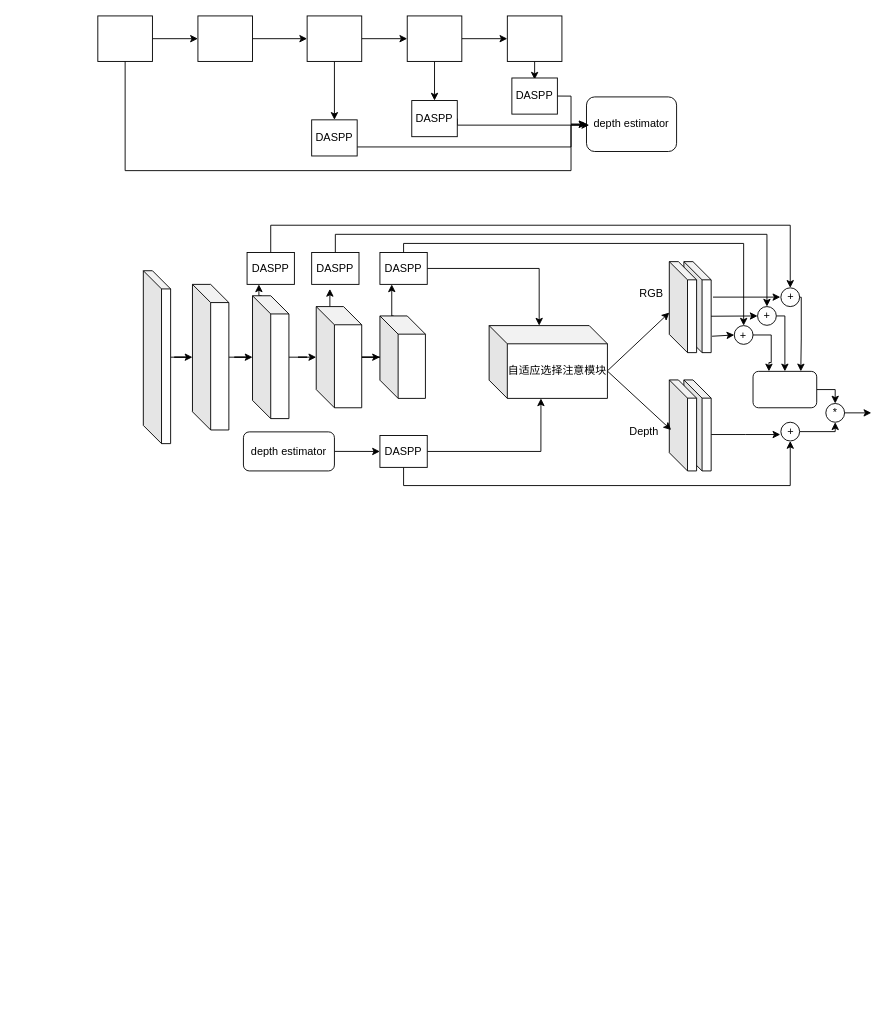
Before: myworknew14.drawio in Hymhh/hymhh, a draw.io diagram. Source tidied: cells renumbered, new cells numbered last; positions are measured from the earlier drawing's top-left corner, leaving out a move shared by most shapes. Both pictures are drawn from the tidied source at 91%, with x=0, y=0 at pixel (97, 15).
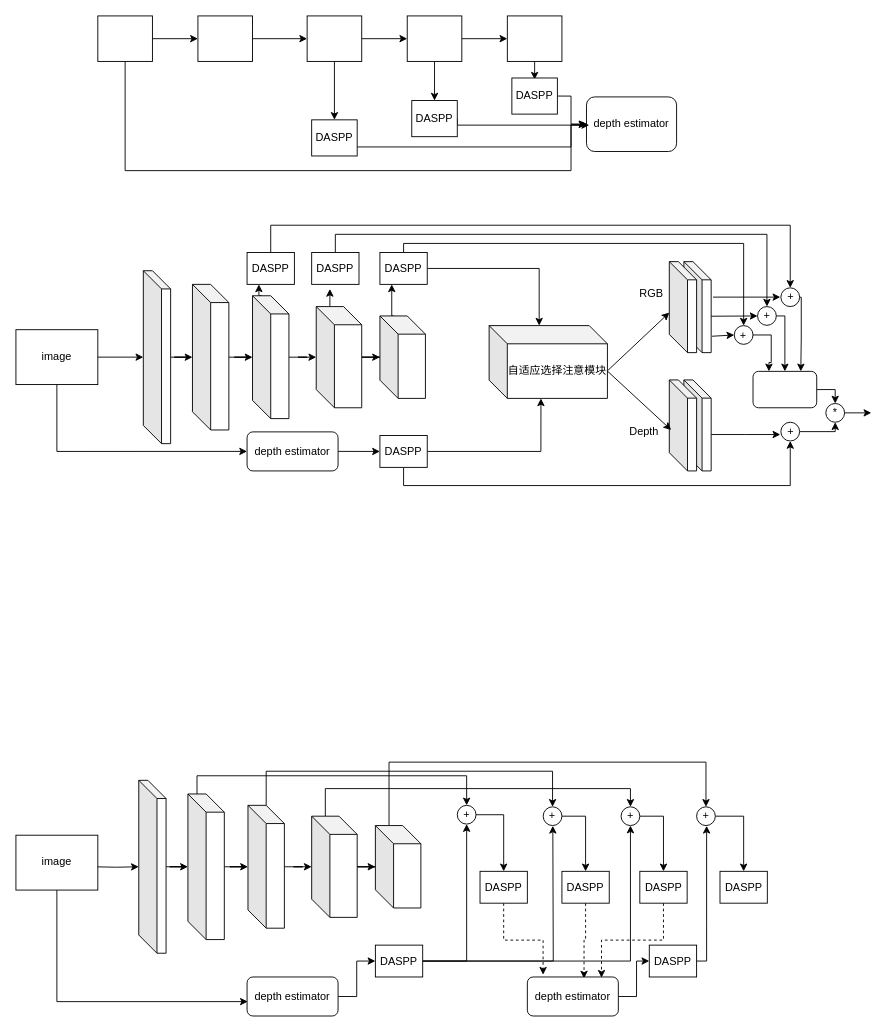
The same diagram, later.

The change refers to these unchanged cells:
```xml
<mxCell id="3" style="shape=cube;whiteSpace=wrap;html=1;boundedLbl=1;backgroundOutline=1;darkOpacity=0.05;darkOpacity2=0.1;direction=east;" parent="1" vertex="1">
  <mxGeometry x="50" y="280" width="30" height="190" as="geometry" />
</mxCell>
```

What changed in the source:
```diff
@@
     <mxCell id="57" value="depth estimator" style="rounded=1;whiteSpace=wrap;html=1;" parent="1" vertex="1">
-      <mxGeometry x="160" y="457.1" width="100" height="42.9" as="geometry" />
+      <mxGeometry x="164" y="457.1" width="100" height="42.9" as="geometry" />
     </mxCell>
@@
+    <mxCell id="71" style="edgeStyle=orthogonalEdgeStyle;rounded=0;jettySize=auto;html=1;exitX=0.5;exitY=1;exitDx=0;exitDy=0;entryX=0;entryY=0.5;entryDx=0;entryDy=0;" parent="1" edge="1" source="73" target="57">
+      <mxGeometry relative="1" as="geometry" />
+    </mxCell>
+    <mxCell id="72" style="edgeStyle=orthogonalEdgeStyle;rounded=0;jettySize=auto;html=1;exitX=1;exitY=0.5;exitDx=0;exitDy=0;" parent="1" edge="1" source="73" target="3">
+      <mxGeometry relative="1" as="geometry" />
+    </mxCell>
+    <mxCell id="73" value="image" style="rounded=0;whiteSpace=wrap;html=1;" parent="1" vertex="1">
+      <mxGeometry x="-90" y="344.8" width="90" height="60.3" as="geometry" />
+    </mxCell>
+    <mxCell id="74" style="edgeStyle=orthogonalEdgeStyle;rounded=0;jettySize=auto;html=1;" parent="1" edge="1" source="75" target="77">
+      <mxGeometry relative="1" as="geometry" />
+    </mxCell>
+    <mxCell id="75" style="shape=cube;whiteSpace=wrap;html=1;boundedLbl=1;backgroundOutline=1;darkOpacity=0.05;darkOpacity2=0.1;direction=east;" parent="1" vertex="1">
+      <mxGeometry x="45" y="840" width="30" height="190" as="geometry" />
+    </mxCell>
+    <mxCell id="76" style="edgeStyle=orthogonalEdgeStyle;rounded=0;jettySize=auto;html=1;" parent="1" edge="1" source="77" target="80">
+      <mxGeometry relative="1" as="geometry" />
+    </mxCell>
+    <mxCell id="77" style="shape=cube;whiteSpace=wrap;html=1;boundedLbl=1;backgroundOutline=1;darkOpacity=0.05;darkOpacity2=0.1;direction=east;" parent="1" vertex="1">
+      <mxGeometry x="99" y="855" width="40" height="160" as="geometry" />
+    </mxCell>
+    <mxCell id="78" style="edgeStyle=orthogonalEdgeStyle;rounded=0;jettySize=auto;html=1;" parent="1" edge="1" source="80" target="84">
+      <mxGeometry relative="1" as="geometry" />
+    </mxCell>
+    <mxCell id="79" style="edgeStyle=orthogonalEdgeStyle;rounded=0;jettySize=auto;html=1;exitX=0;exitY=0;exitDx=10;exitDy=0;exitPerimeter=0;entryX=0.5;entryY=0;entryDx=0;entryDy=0;" parent="1" edge="1" source="77" target="88">
+      <mxGeometry relative="1" as="geometry" />
+    </mxCell>
+    <mxCell id="80" style="shape=cube;whiteSpace=wrap;html=1;boundedLbl=1;backgroundOutline=1;darkOpacity=0.05;darkOpacity2=0.1;direction=east;" parent="1" vertex="1">
+      <mxGeometry x="165" y="867.5" width="40" height="135" as="geometry" />
+    </mxCell>
+    <mxCell id="81" style="edgeStyle=orthogonalEdgeStyle;rounded=0;jettySize=auto;html=1;" parent="1" edge="1" source="84" target="86">
+      <mxGeometry relative="1" as="geometry" />
+    </mxCell>
+    <mxCell id="82" style="edgeStyle=orthogonalEdgeStyle;rounded=0;jettySize=auto;html=1;exitX=0;exitY=0;exitDx=20;exitDy=0;exitPerimeter=0;entryX=0.5;entryY=0;entryDx=0;entryDy=0;" parent="1" edge="1" source="80" target="101">
+      <mxGeometry relative="1" as="geometry">
+        <Array as="points">
+          <mxPoint x="185" y="830" />
+          <mxPoint x="500" y="830" />
+        </Array>
+      </mxGeometry>
+    </mxCell>
+    <mxCell id="83" style="edgeStyle=orthogonalEdgeStyle;rounded=0;jettySize=auto;html=1;exitX=0;exitY=0;exitDx=15;exitDy=0;exitPerimeter=0;entryX=0.5;entryY=0;entryDx=0;entryDy=0;" parent="1" edge="1" source="84" target="103">
+      <mxGeometry relative="1" as="geometry" />
+    </mxCell>
+    <mxCell id="84" style="shape=cube;whiteSpace=wrap;html=1;boundedLbl=1;backgroundOutline=1;darkOpacity=0.05;darkOpacity2=0.1;direction=east;" parent="1" vertex="1">
+      <mxGeometry x="235" y="879.4" width="50" height="111.2" as="geometry" />
+    </mxCell>
+    <mxCell id="85" style="edgeStyle=orthogonalEdgeStyle;rounded=0;jettySize=auto;html=1;exitX=0;exitY=0;exitDx=15;exitDy=0;exitPerimeter=0;entryX=0.5;entryY=0;entryDx=0;entryDy=0;" parent="1" edge="1" source="86" target="105">
+      <mxGeometry relative="1" as="geometry">
+        <Array as="points">
+          <mxPoint x="320" y="820" />
+          <mxPoint x="668" y="820" />
+        </Array>
+      </mxGeometry>
+    </mxCell>
+    <mxCell id="86" style="shape=cube;whiteSpace=wrap;html=1;boundedLbl=1;backgroundOutline=1;darkOpacity=0.05;darkOpacity2=0.1;direction=east;" parent="1" vertex="1">
+      <mxGeometry x="305" y="889.7" width="50" height="90.6" as="geometry" />
+    </mxCell>
+    <mxCell id="87" style="edgeStyle=orthogonalEdgeStyle;rounded=0;jettySize=auto;html=1;exitX=1;exitY=0.5;exitDx=0;exitDy=0;entryX=0.5;entryY=0;entryDx=0;entryDy=0;" parent="1" edge="1" source="88" target="99">
+      <mxGeometry relative="1" as="geometry" />
+    </mxCell>
+    <mxCell id="88" value="+" style="ellipse;whiteSpace=wrap;html=1;" parent="1" vertex="1">
+      <mxGeometry x="395" y="867.5" width="20.6" height="20.6" as="geometry" />
+    </mxCell>
+    <mxCell id="89" style="edgeStyle=orthogonalEdgeStyle;rounded=0;jettySize=auto;html=1;exitX=1;exitY=0.5;exitDx=0;exitDy=0;entryX=0;entryY=0.5;entryDx=0;entryDy=0;" parent="1" edge="1" source="90" target="94">
+      <mxGeometry relative="1" as="geometry" />
+    </mxCell>
+    <mxCell id="90" value="depth estimator" style="rounded=1;whiteSpace=wrap;html=1;" parent="1" vertex="1">
+      <mxGeometry x="164" y="1056.1" width="100" height="42.9" as="geometry" />
+    </mxCell>
+    <mxCell id="91" style="edgeStyle=orthogonalEdgeStyle;rounded=0;jettySize=auto;html=1;exitX=1;exitY=0.5;exitDx=0;exitDy=0;entryX=0.5;entryY=1;entryDx=0;entryDy=0;" parent="1" edge="1" source="94" target="88">
+      <mxGeometry relative="1" as="geometry" />
+    </mxCell>
+    <mxCell id="92" style="edgeStyle=orthogonalEdgeStyle;rounded=0;jettySize=auto;html=1;exitX=1;exitY=0.5;exitDx=0;exitDy=0;" parent="1" edge="1" source="94">
+      <mxGeometry relative="1" as="geometry">
+        <mxPoint x="500" y="890" as="targetPoint" />
+      </mxGeometry>
+    </mxCell>
+    <mxCell id="93" style="edgeStyle=orthogonalEdgeStyle;rounded=0;jettySize=auto;html=1;exitX=1;exitY=0.5;exitDx=0;exitDy=0;entryX=0.5;entryY=1;entryDx=0;entryDy=0;" parent="1" edge="1" source="94" target="103">
+      <mxGeometry relative="1" as="geometry" />
+    </mxCell>
+    <mxCell id="94" value="DASPP" style="rounded=0;whiteSpace=wrap;html=1;" parent="1" vertex="1">
+      <mxGeometry x="305" y="1021.1" width="52" height="35" as="geometry" />
+    </mxCell>
+    <mxCell id="95" style="edgeStyle=orthogonalEdgeStyle;rounded=0;jettySize=auto;html=1;exitX=1;exitY=0.5;exitDx=0;exitDy=0;" parent="1" edge="1" target="75">
+      <mxGeometry relative="1" as="geometry">
+        <mxPoint x="-5" y="935" as="sourcePoint" />
+      </mxGeometry>
+    </mxCell>
+    <mxCell id="96" style="edgeStyle=orthogonalEdgeStyle;rounded=0;jettySize=auto;html=1;exitX=0.5;exitY=1;exitDx=0;exitDy=0;entryX=0.008;entryY=0.631;entryDx=0;entryDy=0;entryPerimeter=0;" parent="1" edge="1" source="97" target="90">
+      <mxGeometry relative="1" as="geometry" />
+    </mxCell>
+    <mxCell id="97" value="image" style="rounded=0;whiteSpace=wrap;html=1;" parent="1" vertex="1">
+      <mxGeometry x="-90" y="900.3" width="90" height="60.3" as="geometry" />
+    </mxCell>
+    <mxCell id="98" style="edgeStyle=orthogonalEdgeStyle;rounded=0;jettySize=auto;html=1;exitX=0.5;exitY=1;exitDx=0;exitDy=0;entryX=0.173;entryY=-0.058;entryDx=0;entryDy=0;entryPerimeter=0;dashed=1;" parent="1" edge="1" source="99" target="112">
+      <mxGeometry relative="1" as="geometry" />
+    </mxCell>
+    <mxCell id="99" value="DASPP" style="rounded=0;whiteSpace=wrap;html=1;" parent="1" vertex="1">
+      <mxGeometry x="420" y="940" width="52" height="35" as="geometry" />
+    </mxCell>
+    <mxCell id="100" style="edgeStyle=orthogonalEdgeStyle;rounded=0;jettySize=auto;html=1;exitX=1;exitY=0.5;exitDx=0;exitDy=0;entryX=0.5;entryY=0;entryDx=0;entryDy=0;" parent="1" edge="1" source="101" target="107">
+      <mxGeometry relative="1" as="geometry" />
+    </mxCell>
+    <mxCell id="101" value="+" style="ellipse;whiteSpace=wrap;html=1;" parent="1" vertex="1">
+      <mxGeometry x="489.4" y="869.1" width="20.6" height="20.6" as="geometry" />
+    </mxCell>
+    <mxCell id="102" style="edgeStyle=orthogonalEdgeStyle;rounded=0;jettySize=auto;html=1;exitX=1;exitY=0.5;exitDx=0;exitDy=0;entryX=0.5;entryY=0;entryDx=0;entryDy=0;" parent="1" edge="1" source="103" target="109">
+      <mxGeometry relative="1" as="geometry" />
+    </mxCell>
+    <mxCell id="103" value="+" style="ellipse;whiteSpace=wrap;html=1;" parent="1" vertex="1">
+      <mxGeometry x="575" y="869.1" width="20.6" height="20.6" as="geometry" />
+    </mxCell>
+    <mxCell id="104" style="edgeStyle=orthogonalEdgeStyle;rounded=0;jettySize=auto;html=1;exitX=1;exitY=0.5;exitDx=0;exitDy=0;entryX=0.5;entryY=0;entryDx=0;entryDy=0;" parent="1" edge="1" source="105" target="110">
+      <mxGeometry relative="1" as="geometry" />
+    </mxCell>
+    <mxCell id="105" value="+" style="ellipse;whiteSpace=wrap;html=1;" parent="1" vertex="1">
+      <mxGeometry x="658" y="869.1" width="20.6" height="20.6" as="geometry" />
+    </mxCell>
+    <mxCell id="106" style="edgeStyle=orthogonalEdgeStyle;rounded=0;jettySize=auto;html=1;exitX=0.5;exitY=1;exitDx=0;exitDy=0;entryX=0.623;entryY=0.039;entryDx=0;entryDy=0;entryPerimeter=0;dashed=1;" parent="1" edge="1" source="107" target="112">
+      <mxGeometry relative="1" as="geometry" />
+    </mxCell>
+    <mxCell id="107" value="DASPP" style="rounded=0;whiteSpace=wrap;html=1;" parent="1" vertex="1">
+      <mxGeometry x="510" y="940" width="52" height="35" as="geometry" />
+    </mxCell>
+    <mxCell id="108" style="edgeStyle=orthogonalEdgeStyle;rounded=0;jettySize=auto;html=1;exitX=0.5;exitY=1;exitDx=0;exitDy=0;entryX=0.815;entryY=0.019;entryDx=0;entryDy=0;entryPerimeter=0;dashed=1;" parent="1" edge="1" source="109" target="112">
+      <mxGeometry relative="1" as="geometry" />
+    </mxCell>
+    <mxCell id="109" value="DASPP" style="rounded=0;whiteSpace=wrap;html=1;" parent="1" vertex="1">
+      <mxGeometry x="595.6" y="940" width="52" height="35" as="geometry" />
+    </mxCell>
+    <mxCell id="110" value="DASPP" style="rounded=0;whiteSpace=wrap;html=1;" parent="1" vertex="1">
+      <mxGeometry x="683.7" y="940" width="52" height="35" as="geometry" />
+    </mxCell>
+    <mxCell id="111" style="edgeStyle=orthogonalEdgeStyle;rounded=0;jettySize=auto;html=1;exitX=1;exitY=0.5;exitDx=0;exitDy=0;entryX=0;entryY=0.5;entryDx=0;entryDy=0;" parent="1" edge="1" source="112" target="114">
+      <mxGeometry relative="1" as="geometry" />
+    </mxCell>
+    <mxCell id="112" value="depth estimator" style="rounded=1;whiteSpace=wrap;html=1;" parent="1" vertex="1">
+      <mxGeometry x="472" y="1056.1" width="100" height="42.9" as="geometry" />
+    </mxCell>
+    <mxCell id="113" style="edgeStyle=orthogonalEdgeStyle;rounded=0;jettySize=auto;html=1;exitX=1;exitY=0.5;exitDx=0;exitDy=0;" parent="1" edge="1" source="114">
+      <mxGeometry relative="1" as="geometry">
+        <mxPoint x="669" y="890" as="targetPoint" />
+        <Array as="points">
+          <mxPoint x="669" y="1000" />
+          <mxPoint x="669" y="1000" />
+        </Array>
+      </mxGeometry>
+    </mxCell>
+    <mxCell id="114" value="DASPP" style="rounded=0;whiteSpace=wrap;html=1;" parent="1" vertex="1">
+      <mxGeometry x="606" y="1021.1" width="52" height="35" as="geometry" />
+    </mxCell>
```
